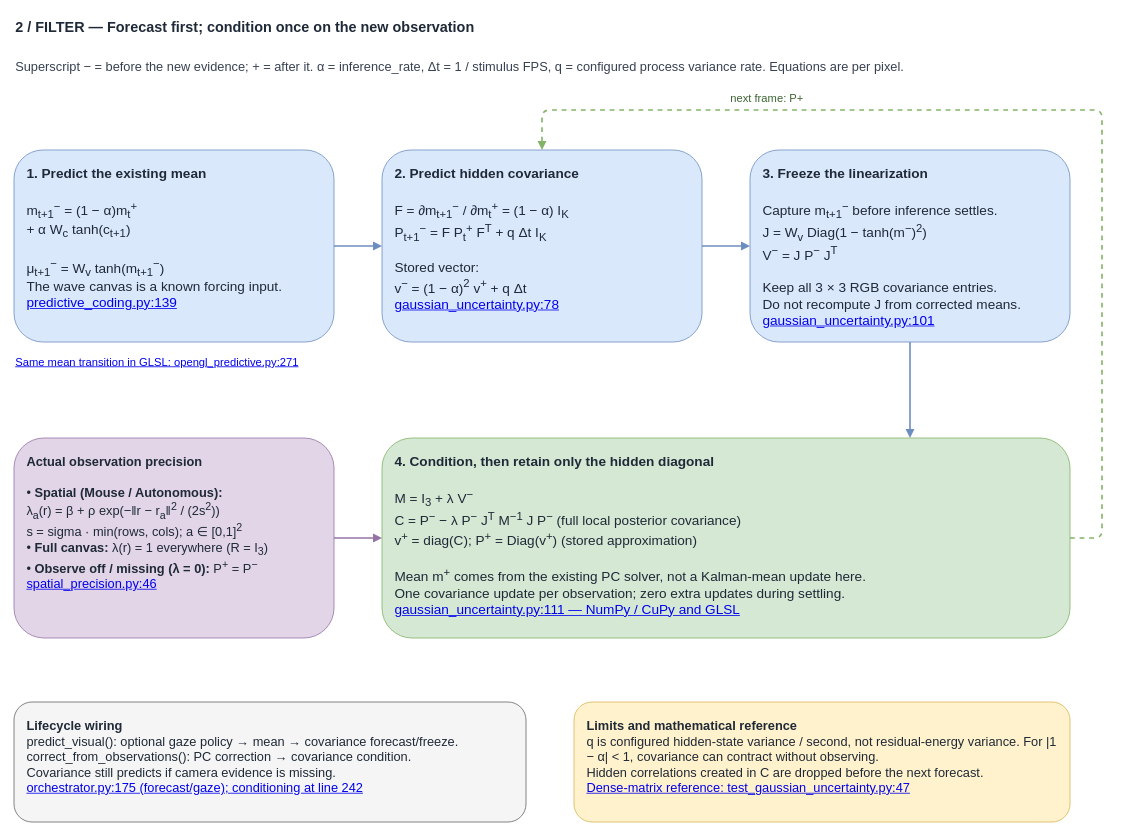
Before: page "2 - Forecast and conditioning" (2 of 3) of docs/predictive-uncertainty-math.drawio in EternalGoldenBraid/AudioViz, a draw.io diagram. Source tidied: cells renumbered, new cells numbered last; positions are measured from the earlier drawing's top-left corner, leaving out a move shared by most shapes. Both pictures are drawn from the tidied source at 80%, with x=0, y=0 at pixel (14, 14).
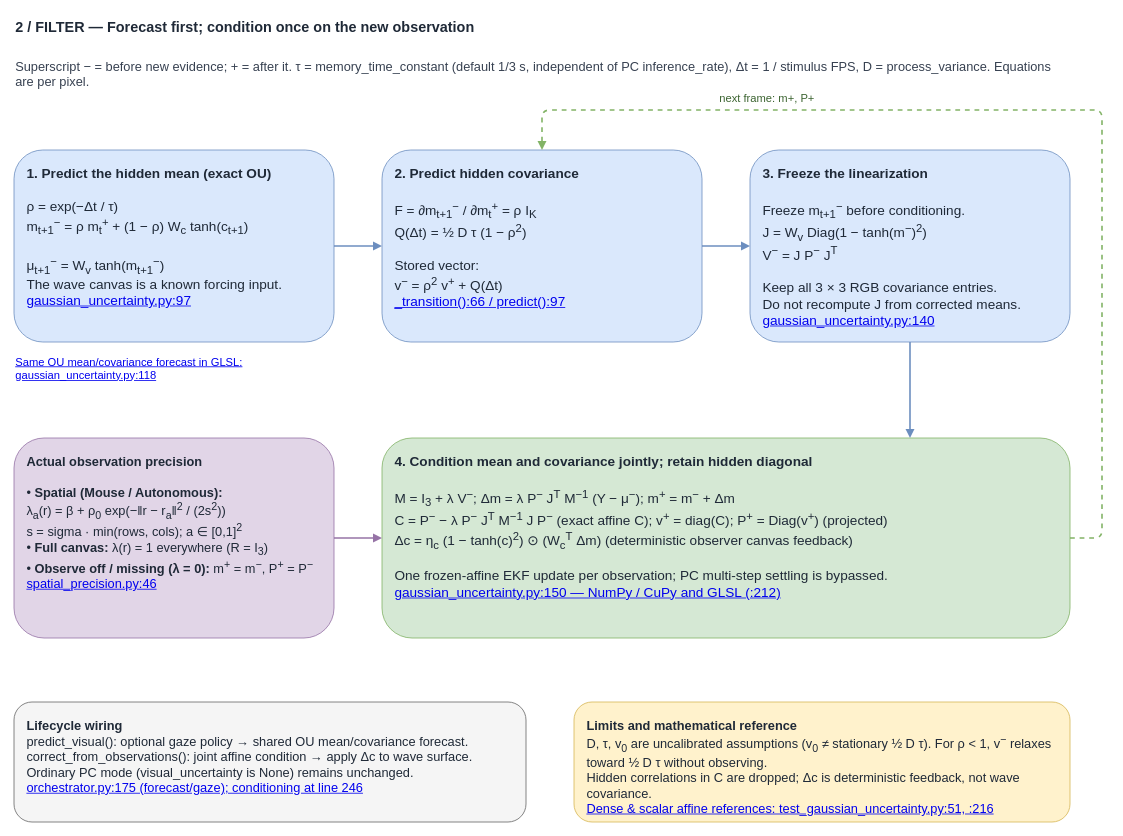
The same diagram, later.

Commit message (it also covers changes not shown here):
Active vision: sync docs and diagram for consistent temporal Gaussian filter

The edit, as a diff of the source:
```diff
@@
 <mxGraphModel background="#ffffff">
   <root>
     <mxCell id="0" />
     <mxCell id="1" parent="0" />
     <mxCell id="2" value="2 / FILTER — Forecast first; condition once on the new observation" style="text;whiteSpace=wrap;html=1;fontSize=18;fontStyle=1;align=left;fontColor=#1f2937;" parent="1" vertex="1">
       <mxGeometry width="1320" height="40" as="geometry" />
     </mxCell>
-    <mxCell id="3" value="Superscript − = before the new evidence; + = after it. α = inference_rate, Δt = 1 / stimulus FPS, q = configured process variance rate. Equations are per pixel." style="text;whiteSpace=wrap;html=1;fontSize=16;align=left;fontColor=#374151;" parent="1" vertex="1">
+    <mxCell id="3" value="Superscript − = before new evidence; + = after it. τ = memory_time_constant (default 1/3 s, independent of PC inference_rate), Δt = 1 / stimulus FPS, D = process_variance. Equations are per pixel." style="text;whiteSpace=wrap;html=1;fontSize=16;align=left;fontColor=#374151;" parent="1" vertex="1">
       <mxGeometry y="50" width="1320" height="40" as="geometry" />
     </mxCell>
-    <mxCell id="4" value="&lt;b&gt;1. Predict the existing mean&lt;/b&gt;&lt;br&gt;&lt;br&gt;m&lt;sub&gt;t+1&lt;/sub&gt;&lt;sup&gt;−&lt;/sup&gt; = (1 − α)m&lt;sub&gt;t&lt;/sub&gt;&lt;sup&gt;+&lt;/sup&gt;&lt;br&gt;                 + α W&lt;sub&gt;c&lt;/sub&gt; tanh(c&lt;sub&gt;t+1&lt;/sub&gt;)&lt;br&gt;&lt;br&gt;μ&lt;sub&gt;t+1&lt;/sub&gt;&lt;sup&gt;−&lt;/sup&gt; = W&lt;sub&gt;v&lt;/sub&gt; tanh(m&lt;sub&gt;t+1&lt;/sub&gt;&lt;sup&gt;−&lt;/sup&gt;)&lt;br&gt;The wave canvas is a known forcing input.&lt;br&gt;&lt;a href=&quot;vscode://file/home/nicklas/Projects/AudioViz/src/audioviz/readouts/predictive_coding.py:139:1&quot;&gt;predictive_coding.py:139&lt;/a&gt;" style="rounded=1;whiteSpace=wrap;html=1;fillColor=#dae8fc;strokeColor=#6c8ebf;fontColor=#1f2937;fontSize=17;align=left;verticalAlign=top;spacing=16;" parent="1" vertex="1">
+    <mxCell id="4" value="&lt;b&gt;1. Predict the hidden mean (exact OU)&lt;/b&gt;&lt;br&gt;&lt;br&gt;ρ = exp(−Δt / τ)&lt;br&gt;m&lt;sub&gt;t+1&lt;/sub&gt;&lt;sup&gt;−&lt;/sup&gt; = ρ m&lt;sub&gt;t&lt;/sub&gt;&lt;sup&gt;+&lt;/sup&gt; + (1 − ρ) W&lt;sub&gt;c&lt;/sub&gt; tanh(c&lt;sub&gt;t+1&lt;/sub&gt;)&lt;br&gt;&lt;br&gt;μ&lt;sub&gt;t+1&lt;/sub&gt;&lt;sup&gt;−&lt;/sup&gt; = W&lt;sub&gt;v&lt;/sub&gt; tanh(m&lt;sub&gt;t+1&lt;/sub&gt;&lt;sup&gt;−&lt;/sup&gt;)&lt;br&gt;The wave canvas is a known forcing input.&lt;br&gt;&lt;a href=&quot;vscode://file/home/nicklas/Projects/AudioViz/src/audioviz/readouts/gaussian_uncertainty.py:97:1&quot;&gt;gaussian_uncertainty.py:97&lt;/a&gt;" style="rounded=1;whiteSpace=wrap;html=1;fillColor=#dae8fc;strokeColor=#6c8ebf;fontColor=#1f2937;fontSize=17;align=left;verticalAlign=top;spacing=16;" parent="1" vertex="1">
       <mxGeometry y="170" width="400" height="240" as="geometry" />
     </mxCell>
-    <mxCell id="5" value="&lt;b&gt;2. Predict hidden covariance&lt;/b&gt;&lt;br&gt;&lt;br&gt;F = ∂m&lt;sub&gt;t+1&lt;/sub&gt;&lt;sup&gt;−&lt;/sup&gt; / ∂m&lt;sub&gt;t&lt;/sub&gt;&lt;sup&gt;+&lt;/sup&gt; = (1 − α) I&lt;sub&gt;K&lt;/sub&gt;&lt;br&gt;P&lt;sub&gt;t+1&lt;/sub&gt;&lt;sup&gt;−&lt;/sup&gt; = F P&lt;sub&gt;t&lt;/sub&gt;&lt;sup&gt;+&lt;/sup&gt; F&lt;sup&gt;T&lt;/sup&gt; + q Δt I&lt;sub&gt;K&lt;/sub&gt;&lt;br&gt;&lt;br&gt;Stored vector:&lt;br&gt;v&lt;sup&gt;−&lt;/sup&gt; = (1 − α)&lt;sup&gt;2&lt;/sup&gt; v&lt;sup&gt;+&lt;/sup&gt; + q Δt&lt;br&gt;&lt;a href=&quot;vscode://file/home/nicklas/Projects/AudioViz/src/audioviz/readouts/gaussian_uncertainty.py:78:1&quot;&gt;gaussian_uncertainty.py:78&lt;/a&gt;" style="rounded=1;whiteSpace=wrap;html=1;fillColor=#dae8fc;strokeColor=#6c8ebf;fontColor=#1f2937;fontSize=17;align=left;verticalAlign=top;spacing=16;" parent="1" vertex="1">
+    <mxCell id="5" value="&lt;b&gt;2. Predict hidden covariance&lt;/b&gt;&lt;br&gt;&lt;br&gt;F = ∂m&lt;sub&gt;t+1&lt;/sub&gt;&lt;sup&gt;−&lt;/sup&gt; / ∂m&lt;sub&gt;t&lt;/sub&gt;&lt;sup&gt;+&lt;/sup&gt; = ρ I&lt;sub&gt;K&lt;/sub&gt;&lt;br&gt;Q(Δt) = ½ D τ (1 − ρ&lt;sup&gt;2&lt;/sup&gt;)&lt;br&gt;&lt;br&gt;Stored vector:&lt;br&gt;v&lt;sup&gt;−&lt;/sup&gt; = ρ&lt;sup&gt;2&lt;/sup&gt; v&lt;sup&gt;+&lt;/sup&gt; + Q(Δt)&lt;br&gt;&lt;a href=&quot;vscode://file/home/nicklas/Projects/AudioViz/src/audioviz/readouts/gaussian_uncertainty.py:66:1&quot;&gt;_transition():66 / predict():97&lt;/a&gt;" style="rounded=1;whiteSpace=wrap;html=1;fillColor=#dae8fc;strokeColor=#6c8ebf;fontColor=#1f2937;fontSize=17;align=left;verticalAlign=top;spacing=16;" parent="1" vertex="1">
       <mxGeometry x="460" y="170" width="400" height="240" as="geometry" />
     </mxCell>
-    <mxCell id="6" value="&lt;b&gt;3. Freeze the linearization&lt;/b&gt;&lt;br&gt;&lt;br&gt;Capture m&lt;sub&gt;t+1&lt;/sub&gt;&lt;sup&gt;−&lt;/sup&gt; before inference settles.&lt;br&gt;J = W&lt;sub&gt;v&lt;/sub&gt; Diag(1 − tanh(m&lt;sup&gt;−&lt;/sup&gt;)&lt;sup&gt;2&lt;/sup&gt;)&lt;br&gt;V&lt;sup&gt;−&lt;/sup&gt; = J P&lt;sup&gt;−&lt;/sup&gt; J&lt;sup&gt;T&lt;/sup&gt;&lt;br&gt;&lt;br&gt;Keep all 3 × 3 RGB covariance entries.&lt;br&gt;Do not recompute J from corrected means.&lt;br&gt;&lt;a href=&quot;vscode://file/home/nicklas/Projects/AudioViz/src/audioviz/readouts/gaussian_uncertainty.py:101:1&quot;&gt;gaussian_uncertainty.py:101&lt;/a&gt;" style="rounded=1;whiteSpace=wrap;html=1;fillColor=#dae8fc;strokeColor=#6c8ebf;fontColor=#1f2937;fontSize=17;align=left;verticalAlign=top;spacing=16;" parent="1" vertex="1">
+    <mxCell id="6" value="&lt;b&gt;3. Freeze the linearization&lt;/b&gt;&lt;br&gt;&lt;br&gt;Freeze m&lt;sub&gt;t+1&lt;/sub&gt;&lt;sup&gt;−&lt;/sup&gt; before conditioning.&lt;br&gt;J = W&lt;sub&gt;v&lt;/sub&gt; Diag(1 − tanh(m&lt;sup&gt;−&lt;/sup&gt;)&lt;sup&gt;2&lt;/sup&gt;)&lt;br&gt;V&lt;sup&gt;−&lt;/sup&gt; = J P&lt;sup&gt;−&lt;/sup&gt; J&lt;sup&gt;T&lt;/sup&gt;&lt;br&gt;&lt;br&gt;Keep all 3 × 3 RGB covariance entries.&lt;br&gt;Do not recompute J from corrected means.&lt;br&gt;&lt;a href=&quot;vscode://file/home/nicklas/Projects/AudioViz/src/audioviz/readouts/gaussian_uncertainty.py:140:1&quot;&gt;gaussian_uncertainty.py:140&lt;/a&gt;" style="rounded=1;whiteSpace=wrap;html=1;fillColor=#dae8fc;strokeColor=#6c8ebf;fontColor=#1f2937;fontSize=17;align=left;verticalAlign=top;spacing=16;" parent="1" vertex="1">
       <mxGeometry x="920" y="170" width="400" height="240" as="geometry" />
     </mxCell>
-    <mxCell id="7" value="&lt;a href=&quot;vscode://file/home/nicklas/Projects/AudioViz/src/audioviz/readouts/opengl_predictive.py:271:1&quot;&gt;Same mean transition in GLSL: opengl_predictive.py:271&lt;/a&gt;" style="text;whiteSpace=wrap;html=1;fontSize=14;align=left;fontColor=#1e5a90;" parent="1" vertex="1">
+    <mxCell id="7" value="&lt;a href=&quot;vscode://file/home/nicklas/Projects/AudioViz/src/audioviz/readouts/gaussian_uncertainty.py:118:1&quot;&gt;Same OU mean/covariance forecast in GLSL: gaussian_uncertainty.py:118&lt;/a&gt;" style="text;whiteSpace=wrap;html=1;fontSize=14;align=left;fontColor=#1e5a90;" parent="1" vertex="1">
       <mxGeometry y="420" width="400" height="50" as="geometry" />
     </mxCell>
-    <mxCell id="8" value="&lt;b&gt;Actual observation precision&lt;/b&gt;&lt;br&gt;&lt;br&gt;• &lt;b&gt;Spatial (Mouse / Autonomous):&lt;/b&gt;&lt;br&gt;  λ&lt;sub&gt;a&lt;/sub&gt;(r) = β + ρ exp(−‖r − r&lt;sub&gt;a&lt;/sub&gt;‖&lt;sup&gt;2&lt;/sup&gt; / (2s&lt;sup&gt;2&lt;/sup&gt;))&lt;br&gt;  s = sigma · min(rows, cols); a ∈ [0,1]&lt;sup&gt;2&lt;/sup&gt;&lt;br&gt;• &lt;b&gt;Full canvas:&lt;/b&gt; λ(r) = 1 everywhere (R = I&lt;sub&gt;3&lt;/sub&gt;)&lt;br&gt;• &lt;b&gt;Observe off / missing (λ = 0):&lt;/b&gt; P&lt;sup&gt;+&lt;/sup&gt; = P&lt;sup&gt;−&lt;/sup&gt;&lt;br&gt;&lt;a href=&quot;vscode://file/home/nicklas/Projects/AudioViz/src/audioviz/readouts/spatial_precision.py:46:1&quot;&gt;spatial_precision.py:46&lt;/a&gt;" style="rounded=1;whiteSpace=wrap;html=1;fillColor=#e1d5e7;strokeColor=#9673a6;fontColor=#1f2937;fontSize=16;align=left;verticalAlign=top;spacing=16;" parent="1" vertex="1">
+    <mxCell id="8" value="&lt;b&gt;Actual observation precision&lt;/b&gt;&lt;br&gt;&lt;br&gt;• &lt;b&gt;Spatial (Mouse / Autonomous):&lt;/b&gt;&lt;br&gt;  λ&lt;sub&gt;a&lt;/sub&gt;(r) = β + ρ&lt;sub&gt;0&lt;/sub&gt; exp(−‖r − r&lt;sub&gt;a&lt;/sub&gt;‖&lt;sup&gt;2&lt;/sup&gt; / (2s&lt;sup&gt;2&lt;/sup&gt;))&lt;br&gt;  s = sigma · min(rows, cols); a ∈ [0,1]&lt;sup&gt;2&lt;/sup&gt;&lt;br&gt;• &lt;b&gt;Full canvas:&lt;/b&gt; λ(r) = 1 everywhere (R = I&lt;sub&gt;3&lt;/sub&gt;)&lt;br&gt;• &lt;b&gt;Observe off / missing (λ = 0):&lt;/b&gt; m&lt;sup&gt;+&lt;/sup&gt; = m&lt;sup&gt;−&lt;/sup&gt;, P&lt;sup&gt;+&lt;/sup&gt; = P&lt;sup&gt;−&lt;/sup&gt;&lt;br&gt;&lt;a href=&quot;vscode://file/home/nicklas/Projects/AudioViz/src/audioviz/readouts/spatial_precision.py:46:1&quot;&gt;spatial_precision.py:46&lt;/a&gt;" style="rounded=1;whiteSpace=wrap;html=1;fillColor=#e1d5e7;strokeColor=#9673a6;fontColor=#1f2937;fontSize=16;align=left;verticalAlign=top;spacing=16;" parent="1" vertex="1">
       <mxGeometry y="530" width="400" height="250" as="geometry" />
     </mxCell>
-    <mxCell id="9" value="&lt;b&gt;4. Condition, then retain only the hidden diagonal&lt;/b&gt;&lt;br&gt;&lt;br&gt;M = I&lt;sub&gt;3&lt;/sub&gt; + λ V&lt;sup&gt;−&lt;/sup&gt;&lt;br&gt;C = P&lt;sup&gt;−&lt;/sup&gt; − λ P&lt;sup&gt;−&lt;/sup&gt; J&lt;sup&gt;T&lt;/sup&gt; M&lt;sup&gt;−1&lt;/sup&gt; J P&lt;sup&gt;−&lt;/sup&gt;  (full local posterior covariance)&lt;br&gt;v&lt;sup&gt;+&lt;/sup&gt; = diag(C); P&lt;sup&gt;+&lt;/sup&gt; = Diag(v&lt;sup&gt;+&lt;/sup&gt;)  (stored approximation)&lt;br&gt;&lt;br&gt;Mean m&lt;sup&gt;+&lt;/sup&gt; comes from the existing PC solver, not a Kalman-mean update here.&lt;br&gt;One covariance update per observation; zero extra updates during settling.&lt;br&gt;&lt;a href=&quot;vscode://file/home/nicklas/Projects/AudioViz/src/audioviz/readouts/gaussian_uncertainty.py:111:1&quot;&gt;gaussian_uncertainty.py:111 — NumPy / CuPy and GLSL&lt;/a&gt;" style="rounded=1;whiteSpace=wrap;html=1;fillColor=#d5e8d4;strokeColor=#82b366;fontColor=#1f2937;fontSize=17;align=left;verticalAlign=top;spacing=16;" parent="1" vertex="1">
+    <mxCell id="9" value="&lt;b&gt;4. Condition mean and covariance jointly; retain hidden diagonal&lt;/b&gt;&lt;br&gt;&lt;br&gt;M = I&lt;sub&gt;3&lt;/sub&gt; + λ V&lt;sup&gt;−&lt;/sup&gt;;  Δm = λ P&lt;sup&gt;−&lt;/sup&gt; J&lt;sup&gt;T&lt;/sup&gt; M&lt;sup&gt;−1&lt;/sup&gt; (Y − μ&lt;sup&gt;−&lt;/sup&gt;);  m&lt;sup&gt;+&lt;/sup&gt; = m&lt;sup&gt;−&lt;/sup&gt; + Δm&lt;br&gt;C = P&lt;sup&gt;−&lt;/sup&gt; − λ P&lt;sup&gt;−&lt;/sup&gt; J&lt;sup&gt;T&lt;/sup&gt; M&lt;sup&gt;−1&lt;/sup&gt; J P&lt;sup&gt;−&lt;/sup&gt; (exact affine C);  v&lt;sup&gt;+&lt;/sup&gt; = diag(C);  P&lt;sup&gt;+&lt;/sup&gt; = Diag(v&lt;sup&gt;+&lt;/sup&gt;) (projected)&lt;br&gt;Δc = η&lt;sub&gt;c&lt;/sub&gt; (1 − tanh(c)&lt;sup&gt;2&lt;/sup&gt;) ⊙ (W&lt;sub&gt;c&lt;/sub&gt;&lt;sup&gt;T&lt;/sup&gt; Δm)  (deterministic observer canvas feedback)&lt;br&gt;&lt;br&gt;One frozen-affine EKF update per observation; PC multi-step settling is bypassed.&lt;br&gt;&lt;a href=&quot;vscode://file/home/nicklas/Projects/AudioViz/src/audioviz/readouts/gaussian_uncertainty.py:150:1&quot;&gt;gaussian_uncertainty.py:150 — NumPy / CuPy and GLSL (:212)&lt;/a&gt;" style="rounded=1;whiteSpace=wrap;html=1;fillColor=#d5e8d4;strokeColor=#82b366;fontColor=#1f2937;fontSize=17;align=left;verticalAlign=top;spacing=16;" parent="1" vertex="1">
       <mxGeometry x="460" y="530" width="860" height="250" as="geometry" />
     </mxCell>
-    <mxCell id="10" value="&lt;b&gt;Lifecycle wiring&lt;/b&gt;&lt;br&gt;predict_visual(): optional gaze policy → mean → covariance forecast/freeze.&lt;br&gt;correct_from_observations(): PC correction → covariance condition.&lt;br&gt;Covariance still predicts if camera evidence is missing.&lt;br&gt;&lt;a href=&quot;vscode://file/home/nicklas/Projects/AudioViz/src/audioviz/sources/orchestrator.py:175:1&quot;&gt;orchestrator.py:175 (forecast/gaze); conditioning at line 242&lt;/a&gt;" style="rounded=1;whiteSpace=wrap;html=1;fillColor=#f5f5f5;strokeColor=#666666;fontColor=#1f2937;fontSize=16;align=left;verticalAlign=top;spacing=16;" parent="1" vertex="1">
+    <mxCell id="10" value="&lt;b&gt;Lifecycle wiring&lt;/b&gt;&lt;br&gt;predict_visual(): optional gaze policy → shared OU mean/covariance forecast.&lt;br&gt;correct_from_observations(): joint affine condition → apply Δc to wave surface.&lt;br&gt;Ordinary PC mode (visual_uncertainty is None) remains unchanged.&lt;br&gt;&lt;a href=&quot;vscode://file/home/nicklas/Projects/AudioViz/src/audioviz/sources/orchestrator.py:175:1&quot;&gt;orchestrator.py:175 (forecast/gaze); conditioning at line 246&lt;/a&gt;" style="rounded=1;whiteSpace=wrap;html=1;fillColor=#f5f5f5;strokeColor=#666666;fontColor=#1f2937;fontSize=16;align=left;verticalAlign=top;spacing=16;" parent="1" vertex="1">
       <mxGeometry y="860" width="640" height="150" as="geometry" />
     </mxCell>
-    <mxCell id="11" value="&lt;b&gt;Limits and mathematical reference&lt;/b&gt;&lt;br&gt;q is configured hidden-state variance / second, not residual-energy variance. For |1 − α| &amp;lt; 1, covariance can contract without observing.&lt;br&gt;Hidden correlations created in C are dropped before the next forecast.&lt;br&gt;&lt;a href=&quot;vscode://file/home/nicklas/Projects/AudioViz/tests/readouts/test_gaussian_uncertainty.py:47:1&quot;&gt;Dense-matrix reference: test_gaussian_uncertainty.py:47&lt;/a&gt;" style="rounded=1;whiteSpace=wrap;html=1;fillColor=#fff2cc;strokeColor=#d6b656;fontColor=#1f2937;fontSize=16;align=left;verticalAlign=top;spacing=16;" parent="1" vertex="1">
+    <mxCell id="11" value="&lt;b&gt;Limits and mathematical reference&lt;/b&gt;&lt;br&gt;D, τ, v&lt;sub&gt;0&lt;/sub&gt; are uncalibrated assumptions (v&lt;sub&gt;0&lt;/sub&gt; ≠ stationary ½ D τ). For ρ &amp;lt; 1, v&lt;sup&gt;−&lt;/sup&gt; relaxes toward ½ D τ without observing.&lt;br&gt;Hidden correlations in C are dropped; Δc is deterministic feedback, not wave covariance.&lt;br&gt;&lt;a href=&quot;vscode://file/home/nicklas/Projects/AudioViz/tests/readouts/test_gaussian_uncertainty.py:51:1&quot;&gt;Dense &amp;amp; scalar affine references: test_gaussian_uncertainty.py:51, :216&lt;/a&gt;" style="rounded=1;whiteSpace=wrap;html=1;fillColor=#fff2cc;strokeColor=#d6b656;fontColor=#1f2937;fontSize=16;align=left;verticalAlign=top;spacing=16;" parent="1" vertex="1">
       <mxGeometry x="700" y="860" width="620" height="150" as="geometry" />
     </mxCell>
     <mxCell id="12" style="edgeStyle=orthogonalEdgeStyle;html=1;strokeColor=#6c8ebf;strokeWidth=2;endArrow=block;exitX=1;exitY=0.5;entryX=0;entryY=0.5;" parent="1" edge="1" source="4" target="5">
       <mxGeometry relative="1" as="geometry" />
     </mxCell>
     <mxCell id="13" style="edgeStyle=orthogonalEdgeStyle;html=1;strokeColor=#6c8ebf;strokeWidth=2;endArrow=block;exitX=1;exitY=0.5;entryX=0;entryY=0.5;" parent="1" edge="1" source="5" target="6">
       <mxGeometry relative="1" as="geometry" />
     </mxCell>
     <mxCell id="14" style="edgeStyle=orthogonalEdgeStyle;html=1;strokeColor=#6c8ebf;strokeWidth=2;endArrow=block;exitX=0.5;exitY=1;entryX=0.76744;entryY=0;" parent="1" edge="1" source="6" target="9">
       <mxGeometry relative="1" as="geometry" />
     </mxCell>
     <mxCell id="15" style="edgeStyle=orthogonalEdgeStyle;html=1;strokeColor=#9673a6;strokeWidth=2;endArrow=block;exitX=1;exitY=0.5;entryX=0;entryY=0.5;" parent="1" edge="1" source="8" target="9">
       <mxGeometry relative="1" as="geometry" />
     </mxCell>
-    <mxCell id="16" value="next frame: P+" style="edgeStyle=orthogonalEdgeStyle;html=1;strokeColor=#82b366;strokeWidth=2;endArrow=block;dashed=1;fontSize=14;fontColor=#3b6330;labelBackgroundColor=#ffffff;exitX=1;exitY=0.5;entryX=0.5;entryY=0;" parent="1" edge="1" source="9" target="5">
+    <mxCell id="16" value="next frame: m+, P+" style="edgeStyle=orthogonalEdgeStyle;html=1;strokeColor=#82b366;strokeWidth=2;endArrow=block;dashed=1;fontSize=14;fontColor=#3b6330;labelBackgroundColor=#ffffff;exitX=1;exitY=0.5;entryX=0.5;entryY=0;" parent="1" edge="1" source="9" target="5">
       <mxGeometry x="0.5" y="-15" relative="1" as="geometry">
         <Array as="points">
           <mxPoint x="1360" y="655" />
           <mxPoint x="1360" y="120" />
           <mxPoint x="660" y="120" />
         </Array>
       </mxGeometry>
     </mxCell>
   </root>
 </mxGraphModel>
```
